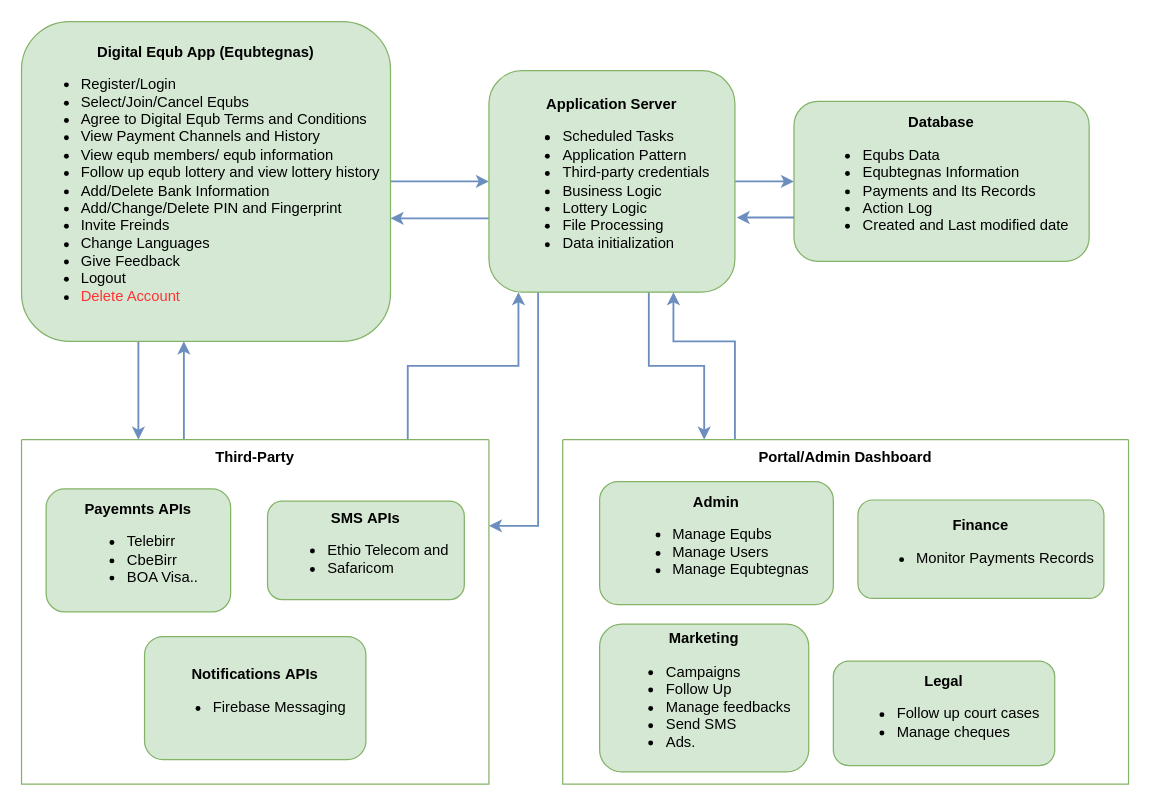
Before: page "Page-1" (1 of 8) of Digital Equb DFD.drawio in fasil712/UML_Diagram_Design, a draw.io diagram. Source tidied: cells renumbered, new cells numbered last; positions are measured from the earlier drawing's top-left corner, leaving out a move shared by most shapes. Both pictures are drawn from the tidied source at 123%, with x=0, y=0 at pixel (21, 21).
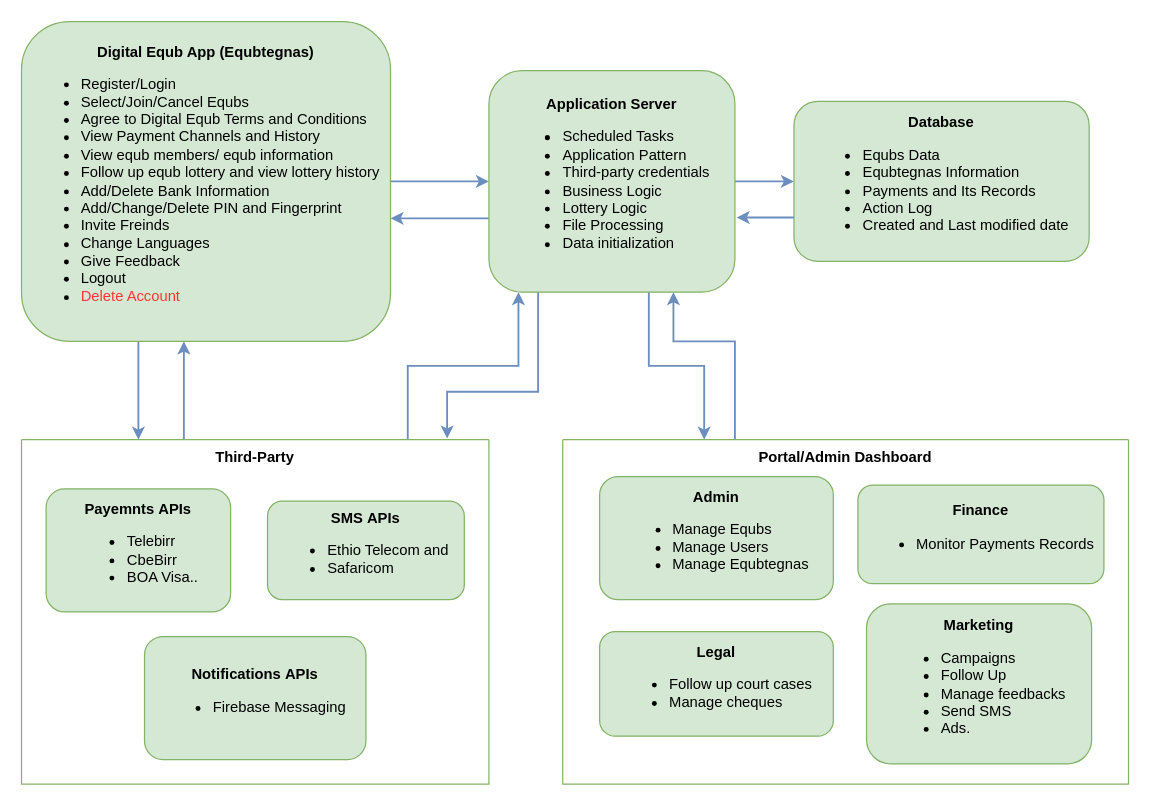
Above is the later version.

The change refers to these unchanged cells:
```xml
<mxCell id="4" value="&#10;&#10;Third-Party" style="swimlane;startSize=0;fillColor=default;strokeColor=#82B366;fillStyle=auto;gradientColor=none;swimlaneFillColor=none;rounded=1;arcSize=29;" parent="1" vertex="1">
  <mxGeometry y="340" width="380" height="280" as="geometry" />
</mxCell>
<mxCell id="15" value="&lt;b&gt;Application Server&lt;/b&gt;&lt;br&gt;&lt;div&gt;&lt;ul&gt;&lt;li style=&quot;text-align: justify;&quot;&gt;&lt;li style=&quot;text-align: justify;&quot;&gt;Scheduled Tasks&lt;/li&gt;&lt;li style=&quot;text-align: justify;&quot;&gt;Application Pattern&lt;/li&gt;&lt;li style=&quot;text-align: justify;&quot;&gt;Third-party credentials&lt;/li&gt;&lt;li style=&quot;text-align: justify;&quot;&gt;Business Logic&lt;/li&gt;&lt;li style=&quot;text-align: justify;&quot;&gt;Lottery Logic&lt;/li&gt;&lt;li style=&quot;text-align: justify;&quot;&gt;File Processing&lt;/li&gt;&lt;li style=&quot;text-align: justify;&quot;&gt;Data initialization&lt;/li&gt;&lt;/li&gt;&lt;/ul&gt;&lt;/div&gt;" style="whiteSpace=wrap;html=1;rounded=1;glass=0;strokeWidth=1;shadow=0;fillColor=#d5e8d4;strokeColor=#82b366;" parent="1" vertex="1">
  <mxGeometry x="380" y="40" width="200" height="180" as="geometry" />
</mxCell>
<mxCell id="18" value="&#10;&#10;Portal/Admin Dashboard" style="swimlane;startSize=0;fillColor=default;strokeColor=#82B366;fillStyle=auto;gradientColor=none;swimlaneFillColor=none;rounded=1;arcSize=29;" parent="1" vertex="1">
  <mxGeometry x="440" y="340" width="460" height="280" as="geometry" />
</mxCell>
```

Change to the diagram source:
```diff
@@
-    <mxCell id="14" style="edgeStyle=orthogonalEdgeStyle;rounded=0;jettySize=auto;html=1;entryX=1;entryY=0.25;entryDx=0;entryDy=0;fillColor=#dae8fc;strokeColor=#6c8ebf;strokeWidth=1.5;" parent="1" edge="1" source="15" target="4">
+    <mxCell id="14" style="edgeStyle=orthogonalEdgeStyle;rounded=0;orthogonalLoop=1;jettySize=auto;html=1;fillColor=#dae8fc;strokeColor=#6c8ebf;strokeWidth=1.5;" parent="1" edge="1">
       <mxGeometry relative="1" as="geometry">
+        <mxPoint x="420" y="220" as="sourcePoint" />
+        <mxPoint x="346" y="339" as="targetPoint" />
         <Array as="points">
-          <mxPoint x="420" y="410" />
+          <mxPoint x="420" y="301" />
+          <mxPoint x="346" y="301" />
         </Array>
       </mxGeometry>
     </mxCell>
@@
     <mxCell id="19" value="&lt;div&gt;&lt;b&gt;Marketing&lt;/b&gt;&lt;/div&gt;&lt;div&gt;&lt;ul&gt;&lt;li style=&quot;text-align: justify;&quot;&gt;Campaigns&lt;/li&gt;&lt;li style=&quot;text-align: justify;&quot;&gt;Follow Up&lt;/li&gt;&lt;li style=&quot;text-align: justify;&quot;&gt;Manage feedbacks&lt;/li&gt;&lt;li style=&quot;text-align: justify;&quot;&gt;Send SMS&lt;/li&gt;&lt;li style=&quot;text-align: justify;&quot;&gt;Ads.&lt;/li&gt;&lt;/ul&gt;&lt;/div&gt;" style="rounded=1;whiteSpace=wrap;html=1;fontSize=12;glass=0;strokeWidth=1;shadow=0;align=center;fillColor=#d5e8d4;strokeColor=#82b366;" parent="18" vertex="1">
-      <mxGeometry x="30" y="150" width="170" height="120" as="geometry" />
+      <mxGeometry x="247" y="133.5" width="183" height="130" as="geometry" />
     </mxCell>
     <mxCell id="20" value="&lt;div&gt;&lt;b&gt;Admin&lt;/b&gt;&lt;/div&gt;&lt;div&gt;&lt;ul&gt;&lt;li style=&quot;text-align: justify;&quot;&gt;Manage Equbs&lt;/li&gt;&lt;li style=&quot;text-align: justify;&quot;&gt;Manage Users&lt;/li&gt;&lt;li style=&quot;text-align: justify;&quot;&gt;Manage Equbtegnas&lt;/li&gt;&lt;/ul&gt;&lt;/div&gt;" style="rounded=1;whiteSpace=wrap;html=1;fontSize=12;glass=0;strokeWidth=1;shadow=0;align=center;fillColor=#d5e8d4;strokeColor=#82b366;" parent="18" vertex="1">
-      <mxGeometry x="30" y="34" width="190" height="100" as="geometry" />
+      <mxGeometry x="30" y="30" width="190" height="100" as="geometry" />
     </mxCell>
     <mxCell id="21" value="&lt;div&gt;&lt;b&gt;Finance&lt;/b&gt;&lt;/div&gt;&lt;div&gt;&lt;div style=&quot;text-align: justify;&quot;&gt;&lt;ul style=&quot;text-align: center;&quot;&gt;&lt;li style=&quot;text-align: justify;&quot;&gt;Monitor Payments Records&lt;/li&gt;&lt;/ul&gt;&lt;/div&gt;&lt;/div&gt;" style="rounded=1;whiteSpace=wrap;html=1;fontSize=12;glass=0;strokeWidth=1;shadow=0;align=center;fillColor=#d5e8d4;strokeColor=#82b366;" parent="18" vertex="1">
-      <mxGeometry x="240" y="49" width="200" height="80" as="geometry" />
+      <mxGeometry x="240" y="37" width="200" height="80" as="geometry" />
     </mxCell>
     <mxCell id="22" value="&lt;div&gt;&lt;b&gt;Legal&lt;/b&gt;&lt;/div&gt;&lt;div&gt;&lt;ul&gt;&lt;li style=&quot;text-align: justify;&quot;&gt;Follow up court cases&lt;/li&gt;&lt;li style=&quot;text-align: justify;&quot;&gt;Manage cheques&lt;/li&gt;&lt;/ul&gt;&lt;/div&gt;" style="rounded=1;whiteSpace=wrap;html=1;fontSize=12;glass=0;strokeWidth=1;shadow=0;align=center;fillColor=#d5e8d4;strokeColor=#82b366;" parent="18" vertex="1">
-      <mxGeometry x="220" y="180" width="180" height="85" as="geometry" />
+      <mxGeometry x="30" y="156" width="190" height="85" as="geometry" />
     </mxCell>
```
